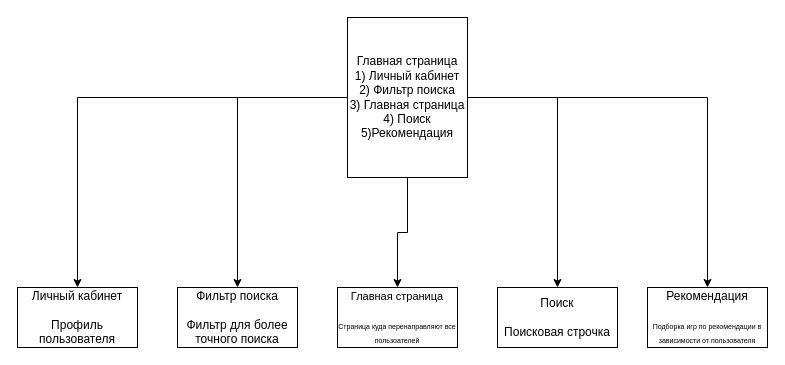
Above: page "Страница — 5" (5 of 6) of НЕ ПЕРЕНОСИ В КОРЗИНУ ИЛИ КУДА ЕЩЁ.drawio in Pala4Roka/go-tour (draw.io), before the change. Source tidied: cells renumbered, new cells numbered last; positions are measured from the earlier drawing's top-left corner, leaving out a move shared by most shapes. Both pictures are drawn from the tidied source at 100%, with x=0, y=0 at pixel (17, 17).
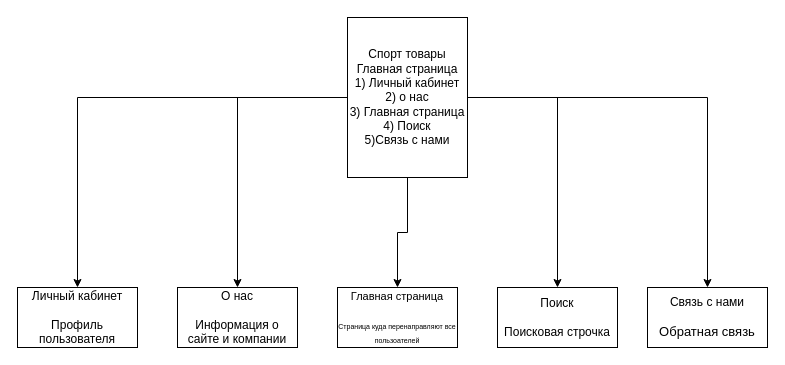
The same page after the edit.

Diff of the diagram source:
```diff
@@
 <mxGraphModel>
   <root>
     <mxCell id="0" />
     <mxCell id="1" parent="0" />
     <mxCell id="2" style="edgeStyle=orthogonalEdgeStyle;rounded=0;jettySize=auto;html=1;" parent="1" edge="1" source="7" target="8">
       <mxGeometry relative="1" as="geometry" />
     </mxCell>
     <mxCell id="3" style="edgeStyle=orthogonalEdgeStyle;rounded=0;jettySize=auto;html=1;" parent="1" edge="1" source="7" target="9">
       <mxGeometry relative="1" as="geometry" />
     </mxCell>
     <mxCell id="4" style="edgeStyle=orthogonalEdgeStyle;rounded=0;jettySize=auto;html=1;" parent="1" edge="1" source="7" target="10">
       <mxGeometry relative="1" as="geometry" />
     </mxCell>
     <mxCell id="5" style="edgeStyle=orthogonalEdgeStyle;rounded=0;jettySize=auto;html=1;" parent="1" edge="1" source="7" target="11">
       <mxGeometry relative="1" as="geometry" />
     </mxCell>
     <mxCell id="6" style="edgeStyle=orthogonalEdgeStyle;rounded=0;jettySize=auto;html=1;" parent="1" edge="1" source="7" target="12">
       <mxGeometry relative="1" as="geometry" />
     </mxCell>
-    <mxCell id="7" value="Главная страница&lt;br&gt;1) Личный кабинет&lt;br&gt;2) Фильтр поиска&lt;br&gt;3) Главная страница&lt;br&gt;4) Поиск&lt;br&gt;5)Рекомендация" style="rounded=0;whiteSpace=wrap;html=1;" parent="1" vertex="1">
+    <mxCell id="7" value="Спорт товары&lt;br&gt;Главная страница&lt;br&gt;1) Личный кабинет&lt;br&gt;2) о нас&lt;br&gt;3) Главная страница&lt;br&gt;4) Поиск&lt;br&gt;5)Связь с нами" style="rounded=0;whiteSpace=wrap;html=1;" parent="1" vertex="1">
       <mxGeometry x="330" width="120" height="160" as="geometry" />
     </mxCell>
     <mxCell id="8" value="Личный кабинет&lt;br&gt;&lt;br&gt;Профиль пользователя" style="rounded=0;whiteSpace=wrap;html=1;" parent="1" vertex="1">
       <mxGeometry y="270" width="120" height="60" as="geometry" />
     </mxCell>
-    <mxCell id="9" value="Фильтр поиска&lt;br&gt;&lt;br&gt;Фильтр для более точного поиска" style="rounded=0;whiteSpace=wrap;html=1;" parent="1" vertex="1">
+    <mxCell id="9" value="О нас&lt;br&gt;&lt;br&gt;Информация о сайте и компании" style="rounded=0;whiteSpace=wrap;html=1;" parent="1" vertex="1">
       <mxGeometry x="160" y="270" width="120" height="60" as="geometry" />
     </mxCell>
     <mxCell id="10" value="&lt;font style=&quot;&quot;&gt;&lt;span style=&quot;font-size: 11px;&quot;&gt;Главная страница&lt;/span&gt;&lt;br&gt;&lt;br&gt;&lt;font style=&quot;font-size: 7px;&quot;&gt;Страница куда перенаправляют все пользоателей&lt;/font&gt;&lt;/font&gt;" style="rounded=0;whiteSpace=wrap;html=1;" parent="1" vertex="1">
       <mxGeometry x="320" y="270" width="120" height="60" as="geometry" />
     </mxCell>
     <mxCell id="11" value="Поиск&lt;br&gt;&lt;br&gt;Поисковая строчка" style="rounded=0;whiteSpace=wrap;html=1;" parent="1" vertex="1">
       <mxGeometry x="480" y="270" width="120" height="60" as="geometry" />
     </mxCell>
-    <mxCell id="12" value="Рекомендация&lt;br&gt;&lt;br&gt;&lt;font style=&quot;font-size: 7px;&quot;&gt;Подборка игр по рекомендации в зависимости от пользователя&lt;/font&gt;" style="rounded=0;whiteSpace=wrap;html=1;" parent="1" vertex="1">
+    <mxCell id="12" value="Связь с нами&lt;br&gt;&lt;br&gt;&lt;span style=&quot;font-size: 13px;&quot;&gt;Обратная связь&lt;/span&gt;" style="rounded=0;whiteSpace=wrap;html=1;" parent="1" vertex="1">
       <mxGeometry x="630" y="270" width="120" height="60" as="geometry" />
     </mxCell>
   </root>
 </mxGraphModel>
```
